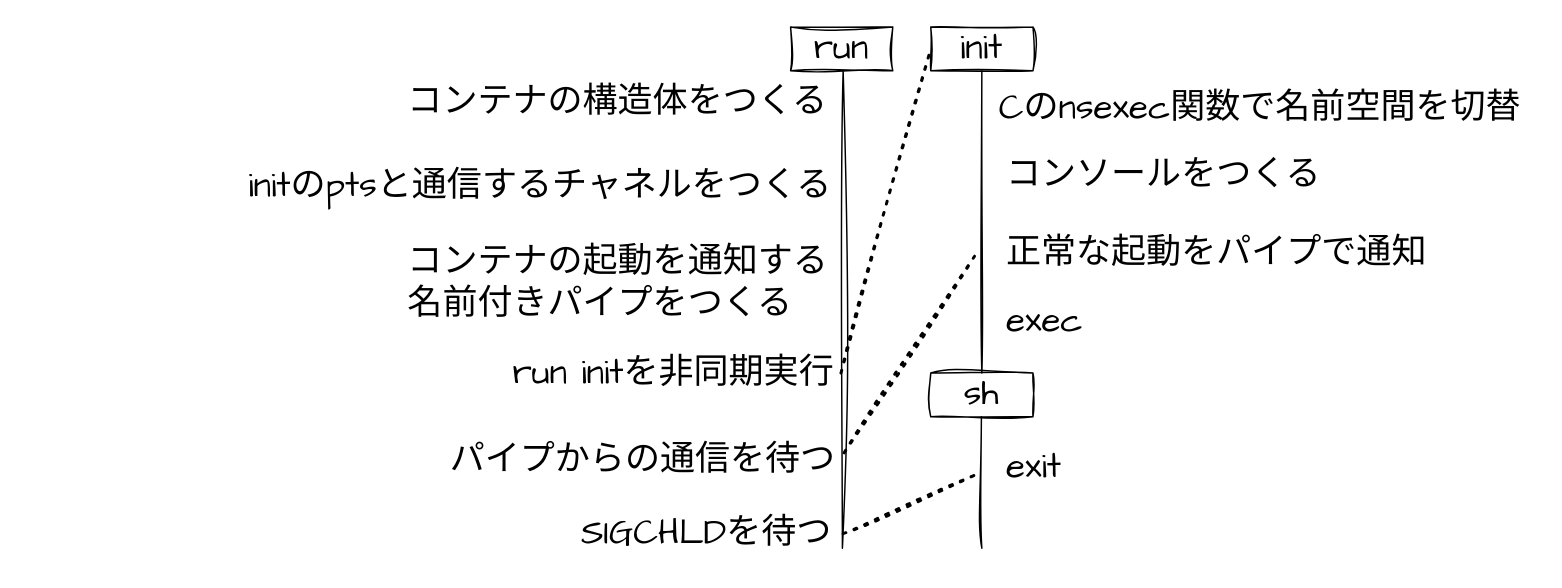
Before: images/overview.drawio in ryotaro612/istanbul, a draw.io diagram. Source tidied: cells renumbered, new cells numbered last; positions are measured from the earlier drawing's top-left corner, leaving out a move shared by most shapes. Both pictures are drawn from the tidied source at 146%, with x=0, y=0 at pixel (244, 26).
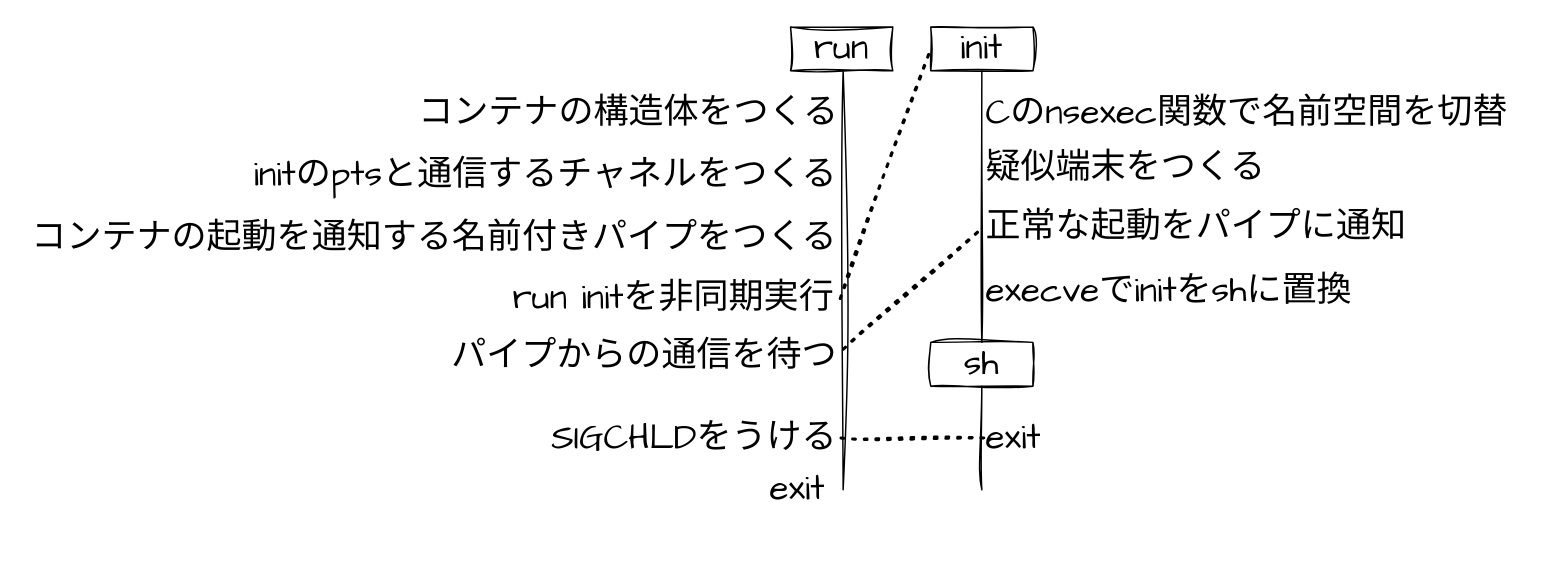
The same diagram, later.

Unchanged cells that the change refers to:
```xml
<mxCell id="17" value="&lt;font style=&quot;font-size: 24px;&quot;&gt;init&lt;/font&gt;" style="rounded=0;whiteSpace=wrap;html=1;sketch=1;hachureGap=4;jiggle=2;curveFitting=1;fontFamily=Architects Daughter;fillColor=none;" parent="1" vertex="1">
  <mxGeometry x="470" width="70" height="30" as="geometry" />
</mxCell>
```

Change to the diagram source:
```diff
@@
-    <mxCell id="2" value="&lt;font style=&quot;font-size: 24px;&quot;&gt;SIGCHLD&lt;/font&gt;&lt;span style=&quot;font-size: 24px; background-color: initial;&quot;&gt;を待つ&lt;/span&gt;" style="text;html=1;align=left;verticalAlign=middle;whiteSpace=wrap;rounded=0;fontFamily=Architects Daughter;sketch=1;curveFitting=1;jiggle=2;strokeColor=none;" parent="1" vertex="1">
-      <mxGeometry x="228.5" y="327" width="180" height="40" as="geometry" />
+    <mxCell id="2" value="&lt;font style=&quot;font-size: 24px;&quot;&gt;SIGCHLDをうける&lt;/font&gt;" style="text;html=1;align=right;verticalAlign=middle;whiteSpace=wrap;rounded=0;fontFamily=Architects Daughter;sketch=1;curveFitting=1;jiggle=2;strokeColor=none;" parent="1" vertex="1">
+      <mxGeometry x="200" y="262" width="208" height="40" as="geometry" />
     </mxCell>
@@
-    <mxCell id="4" style="endArrow=none;html=1;rounded=0;sketch=1;hachureGap=4;jiggle=2;curveFitting=1;fontFamily=Architects Daughter;entryX=0.5;entryY=1;entryDx=0;entryDy=0;exitX=1;exitY=0.75;exitDx=0;exitDy=0;" parent="1" edge="1">
+    <mxCell id="4" style="endArrow=none;html=1;rounded=0;sketch=1;hachureGap=4;jiggle=2;curveFitting=1;fontFamily=Architects Daughter;entryX=0.5;entryY=1;entryDx=0;entryDy=0;" parent="1" edge="1">
       <mxGeometry relative="1" as="geometry">
-        <mxPoint x="409.5" y="357" as="sourcePoint" />
+        <mxPoint x="410" y="317" as="sourcePoint" />
         <mxPoint x="410" y="30" as="targetPoint" />
       </mxGeometry>
     </mxCell>
-    <mxCell id="5" value="&lt;font style=&quot;font-size: 24px;&quot;&gt;コンテナの構造体をつくる&lt;/font&gt;" style="text;html=1;align=left;verticalAlign=middle;whiteSpace=wrap;rounded=0;fontFamily=Architects Daughter;sketch=1;curveFitting=1;jiggle=2;strokeColor=none;" parent="1" vertex="1">
-      <mxGeometry x="110" y="37" width="298.5" height="30" as="geometry" />
-    </mxCell>
-    <mxCell id="6" value="&lt;font style=&quot;font-size: 24px;&quot;&gt;initのptsと通信する&lt;/font&gt;&lt;span style=&quot;font-size: 24px; background-color: initial;&quot;&gt;チャネル&lt;/span&gt;&lt;span style=&quot;font-size: 24px; background-color: initial;&quot;&gt;をつくる&lt;/span&gt;" style="text;html=1;align=left;verticalAlign=middle;whiteSpace=wrap;rounded=0;fontFamily=Architects Daughter;sketch=1;curveFitting=1;jiggle=2;strokeColor=none;" parent="1" vertex="1">
-      <mxGeometry x="0.5" y="87" width="408" height="43" as="geometry" />
+    <mxCell id="6" value="&lt;font style=&quot;font-size: 24px;&quot;&gt;initのptsと通信する&lt;/font&gt;&lt;span style=&quot;font-size: 24px; background-color: initial;&quot;&gt;チャネル&lt;/span&gt;&lt;span style=&quot;font-size: 24px; background-color: initial;&quot;&gt;をつくる&lt;/span&gt;" style="text;html=1;align=right;verticalAlign=middle;whiteSpace=wrap;rounded=0;fontFamily=Architects Daughter;sketch=1;curveFitting=1;jiggle=2;strokeColor=none;" parent="1" vertex="1">
+      <mxGeometry y="80" width="408" height="43" as="geometry" />
     </mxCell>
-    <mxCell id="7" value="&lt;font style=&quot;font-size: 24px;&quot;&gt;コンテナの起動を通知する&lt;span style=&quot;background-color: initial;&quot;&gt;名前付きパイプをつくる&lt;/span&gt;&lt;/font&gt;" style="text;html=1;align=left;verticalAlign=middle;whiteSpace=wrap;rounded=0;fontFamily=Architects Daughter;sketch=1;curveFitting=1;jiggle=2;strokeColor=none;" parent="1" vertex="1">
-      <mxGeometry x="109.5" y="140" width="298.5" height="70" as="geometry" />
-    </mxCell>
     <mxCell id="8" value="&lt;font style=&quot;font-size: 24px;&quot;&gt;run initを非同期実行&lt;/font&gt;" style="text;html=1;align=left;verticalAlign=middle;whiteSpace=wrap;rounded=0;fontFamily=Architects Daughter;sketch=1;curveFitting=1;jiggle=2;strokeColor=none;" parent="1" vertex="1">
-      <mxGeometry x="182" y="217" width="226" height="40" as="geometry" />
+      <mxGeometry x="182" y="166" width="226" height="40" as="geometry" />
     </mxCell>
-    <mxCell id="9" value="&lt;font style=&quot;font-size: 24px;&quot;&gt;パイプからの通信を待つ&lt;/font&gt;" style="text;html=1;align=left;verticalAlign=middle;whiteSpace=wrap;rounded=0;fontFamily=Architects Daughter;sketch=1;curveFitting=1;jiggle=2;strokeColor=none;" parent="1" vertex="1">
-      <mxGeometry x="138.5" y="277" width="270" height="40" as="geometry" />
+    <mxCell id="9" value="&lt;font style=&quot;font-size: 24px;&quot;&gt;パイプからの通信を待つ&lt;/font&gt;" style="text;html=1;align=right;verticalAlign=middle;whiteSpace=wrap;rounded=0;fontFamily=Architects Daughter;sketch=1;curveFitting=1;jiggle=2;strokeColor=none;" parent="1" vertex="1">
+      <mxGeometry x="138" y="206" width="270" height="40" as="geometry" />
     </mxCell>
@@
     <mxCell id="11" value="&lt;font style=&quot;font-size: 24px;&quot;&gt;Cのnsexec関数で名前空間を切替&lt;/font&gt;" style="text;html=1;align=left;verticalAlign=middle;whiteSpace=wrap;rounded=0;fontFamily=Architects Daughter;sketch=1;curveFitting=1;jiggle=2;strokeColor=none;" parent="1" vertex="1">
-      <mxGeometry x="515" y="37" width="370" height="37" as="geometry" />
+      <mxGeometry x="506" y="40" width="370" height="37" as="geometry" />
     </mxCell>
-    <mxCell id="12" value="&lt;font style=&quot;font-size: 24px;&quot;&gt;exec&lt;/font&gt;" style="text;html=1;align=left;verticalAlign=middle;whiteSpace=wrap;rounded=0;fontFamily=Architects Daughter;sketch=1;curveFitting=1;jiggle=2;strokeColor=none;" parent="1" vertex="1">
-      <mxGeometry x="520" y="187" width="60" height="30" as="geometry" />
+    <mxCell id="12" value="&lt;font style=&quot;font-size: 24px;&quot;&gt;execveでinitをshに置換&lt;/font&gt;" style="text;html=1;align=left;verticalAlign=middle;whiteSpace=wrap;rounded=0;fontFamily=Architects Daughter;sketch=1;curveFitting=1;jiggle=2;strokeColor=none;" parent="1" vertex="1">
+      <mxGeometry x="506" y="166" width="294" height="30" as="geometry" />
     </mxCell>
-    <mxCell id="13" value="&lt;font style=&quot;font-size: 24px;&quot;&gt;正常な起動をパイプで通知&lt;/font&gt;" style="text;html=1;align=left;verticalAlign=middle;whiteSpace=wrap;rounded=0;fontFamily=Architects Daughter;sketch=1;curveFitting=1;jiggle=2;strokeColor=none;" parent="1" vertex="1">
-      <mxGeometry x="520" y="140" width="340" height="30" as="geometry" />
-    </mxCell>
-    <mxCell id="14" value="&lt;font style=&quot;font-size: 24px;&quot;&gt;コンソールをつくる&lt;/font&gt;" style="text;html=1;align=left;verticalAlign=middle;whiteSpace=wrap;rounded=0;fontFamily=Architects Daughter;sketch=1;curveFitting=1;jiggle=2;strokeColor=none;" parent="1" vertex="1">
-      <mxGeometry x="520" y="87" width="230" height="30" as="geometry" />
+    <mxCell id="14" value="&lt;font style=&quot;font-size: 24px;&quot;&gt;疑似端末をつくる&lt;/font&gt;" style="text;html=1;align=left;verticalAlign=middle;whiteSpace=wrap;rounded=0;fontFamily=Architects Daughter;sketch=1;curveFitting=1;jiggle=2;strokeColor=none;" parent="1" vertex="1">
+      <mxGeometry x="506" y="77" width="204" height="40" as="geometry" />
     </mxCell>
     <mxCell id="15" value="&lt;font style=&quot;font-size: 24px;&quot;&gt;exit&lt;/font&gt;" style="text;html=1;align=left;verticalAlign=middle;whiteSpace=wrap;rounded=0;fontFamily=Architects Daughter;sketch=1;curveFitting=1;jiggle=2;strokeColor=none;" parent="1" vertex="1">
-      <mxGeometry x="520" y="287" width="50" height="30" as="geometry" />
+      <mxGeometry x="506" y="267" width="50" height="30" as="geometry" />
     </mxCell>
-    <mxCell id="16" style="endArrow=none;html=1;rounded=0;sketch=1;hachureGap=4;jiggle=2;curveFitting=1;fontFamily=Architects Daughter;entryX=0.5;entryY=1;entryDx=0;entryDy=0;" parent="1" edge="1">
+    <mxCell id="16" style="endArrow=none;html=1;rounded=0;sketch=1;hachureGap=4;jiggle=2;curveFitting=1;fontFamily=Architects Daughter;entryX=0.5;entryY=1;entryDx=0;entryDy=0;" parent="1" edge="1" target="18">
       <mxGeometry relative="1" as="geometry">
-        <mxPoint x="505" y="357" as="sourcePoint" />
-        <mxPoint x="504.7" y="267" as="targetPoint" />
+        <mxPoint x="505" y="317" as="sourcePoint" />
       </mxGeometry>
     </mxCell>
@@
-    <mxCell id="18" value="&lt;font style=&quot;font-size: 24px;&quot;&gt;sh&lt;/font&gt;" style="rounded=0;whiteSpace=wrap;html=1;sketch=1;hachureGap=4;jiggle=2;curveFitting=1;fontFamily=Architects Daughter;fillColor=none;" parent="1" vertex="1">
-      <mxGeometry x="470" y="237" width="70" height="30" as="geometry" />
-    </mxCell>
     <mxCell id="19" style="endArrow=none;dashed=1;html=1;dashPattern=1 3;strokeWidth=2;rounded=0;sketch=1;hachureGap=4;jiggle=2;curveFitting=1;fontFamily=Architects Daughter;" parent="1" edge="1">
       <mxGeometry relative="1" as="geometry">
-        <mxPoint x="410" y="347" as="sourcePoint" />
-        <mxPoint x="500" y="307" as="targetPoint" />
+        <mxPoint x="408.5" y="281.5" as="sourcePoint" />
+        <mxPoint x="508.5" y="281.5" as="targetPoint" />
       </mxGeometry>
     </mxCell>
-    <mxCell id="20" style="endArrow=none;dashed=1;html=1;dashPattern=1 3;strokeWidth=2;rounded=0;sketch=1;hachureGap=4;jiggle=2;curveFitting=1;fontFamily=Architects Daughter;exitX=1.008;exitY=0.367;exitDx=0;exitDy=0;exitPerimeter=0;" parent="1" edge="1" source="9">
-      <mxGeometry relative="1" as="geometry">
-        <mxPoint x="500" y="157" as="targetPoint" />
-      </mxGeometry>
+    <mxCell id="20" style="endArrow=none;dashed=1;html=1;dashPattern=1 3;strokeWidth=2;rounded=0;sketch=1;hachureGap=4;jiggle=2;curveFitting=1;fontFamily=Architects Daughter;exitX=1.008;exitY=0.367;exitDx=0;exitDy=0;exitPerimeter=0;entryX=0;entryY=0.5;entryDx=0;entryDy=0;" parent="1" edge="1" source="9" target="22">
+      <mxGeometry relative="1" as="geometry" />
     </mxCell>
-    <mxCell id="21" style="endArrow=none;dashed=1;html=1;dashPattern=1 3;strokeWidth=2;rounded=0;sketch=1;hachureGap=4;jiggle=2;curveFitting=1;fontFamily=Architects Daughter;exitX=1.008;exitY=0.367;exitDx=0;exitDy=0;exitPerimeter=0;entryX=0;entryY=0.5;entryDx=0;entryDy=0;" parent="1" edge="1" target="17">
-      <mxGeometry relative="1" as="geometry">
-        <mxPoint x="408.5" y="237" as="sourcePoint" />
-      </mxGeometry>
+    <mxCell id="21" style="endArrow=none;dashed=1;html=1;dashPattern=1 3;strokeWidth=2;rounded=0;sketch=1;hachureGap=4;jiggle=2;curveFitting=1;fontFamily=Architects Daughter;exitX=1;exitY=0.5;exitDx=0;exitDy=0;entryX=0;entryY=0.5;entryDx=0;entryDy=0;" parent="1" edge="1" source="8" target="17">
+      <mxGeometry relative="1" as="geometry" />
     </mxCell>
+    <mxCell id="5" value="&lt;span style=&quot;font-size: 24px;&quot;&gt;コンテナの構造体をつくる&lt;/span&gt;" style="text;html=1;align=right;verticalAlign=middle;whiteSpace=wrap;rounded=0;fontFamily=Architects Daughter;sketch=1;curveFitting=1;jiggle=2;strokeColor=none;" parent="1" vertex="1">
+      <mxGeometry x="114.5" y="37" width="294" height="43" as="geometry" />
+    </mxCell>
+    <mxCell id="7" value="&lt;span style=&quot;font-size: 24px;&quot;&gt;コンテナの起動を通知する&lt;/span&gt;&lt;span style=&quot;background-color: initial; font-size: 24px;&quot;&gt;名前付きパイプをつくる&lt;/span&gt;" style="text;html=1;align=right;verticalAlign=middle;whiteSpace=wrap;rounded=0;fontFamily=Architects Daughter;sketch=1;curveFitting=1;jiggle=2;strokeColor=none;" parent="1" vertex="1">
+      <mxGeometry x="-150" y="123" width="558" height="43" as="geometry" />
+    </mxCell>
+    <mxCell id="18" value="&lt;font style=&quot;font-size: 24px;&quot;&gt;sh&lt;/font&gt;" style="rounded=0;whiteSpace=wrap;html=1;sketch=1;hachureGap=4;jiggle=2;curveFitting=1;fontFamily=Architects Daughter;fillColor=none;" parent="1" vertex="1">
+      <mxGeometry x="470" y="216" width="70" height="30" as="geometry" />
+    </mxCell>
+    <mxCell id="22" value="&lt;span style=&quot;font-size: 24px;&quot;&gt;正常な起動をパイプに通知&lt;/span&gt;" style="text;html=1;align=left;verticalAlign=middle;whiteSpace=wrap;rounded=0;fontFamily=Architects Daughter;sketch=1;curveFitting=1;jiggle=2;strokeColor=none;" parent="1" vertex="1">
+      <mxGeometry x="506" y="117" width="304" height="40" as="geometry" />
+    </mxCell>
+    <mxCell id="23" value="&lt;font style=&quot;font-size: 24px;&quot;&gt;exit&lt;/font&gt;" style="text;html=1;align=left;verticalAlign=middle;whiteSpace=wrap;rounded=0;fontFamily=Architects Daughter;sketch=1;curveFitting=1;jiggle=2;strokeColor=none;" parent="1" vertex="1">
+      <mxGeometry x="358" y="302" width="50" height="30" as="geometry" />
+    </mxCell>
```
